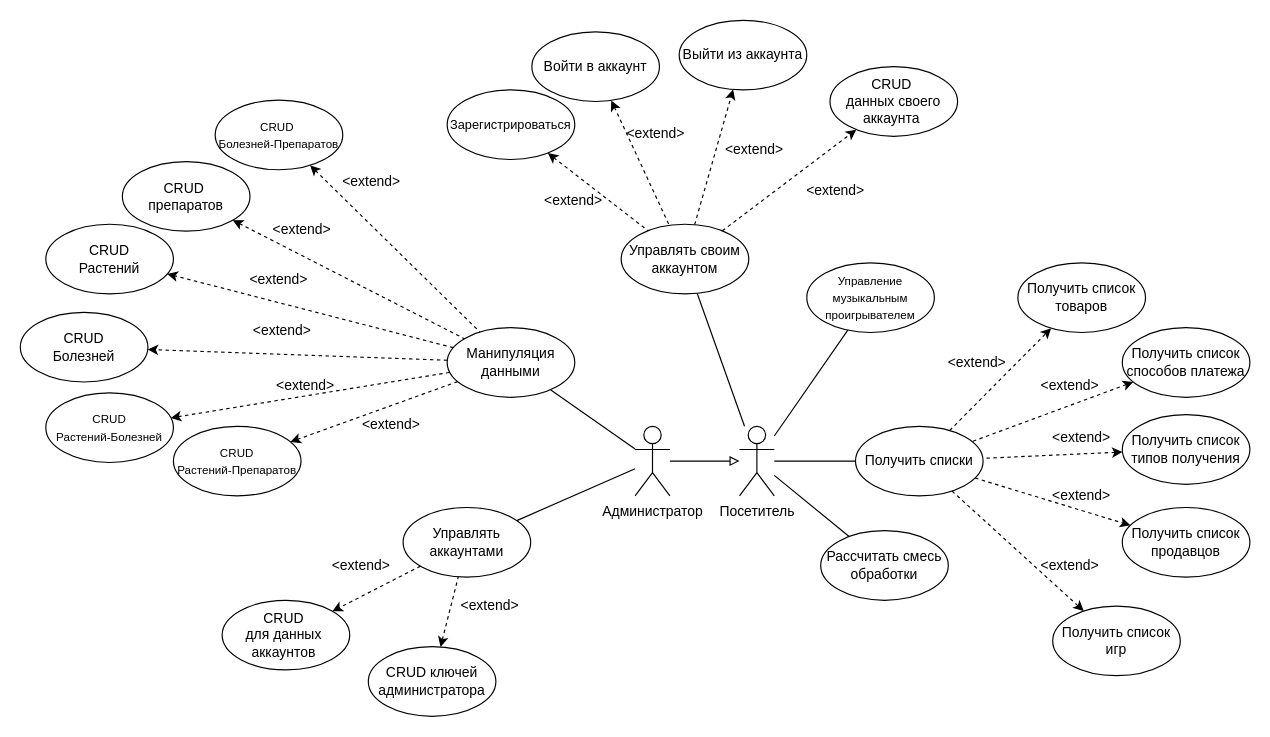
The draw.io diagram coursework/diagrams/Что ты можешь.drawio in ThomasCharester/KursuchShop, before the edit. Source tidied: cells renumbered, new cells numbered last; positions are measured from the earlier drawing's top-left corner, leaving out a move shared by most shapes. Both pictures are drawn from the tidied source at 116%, with x=0, y=0 at pixel (20, 20).
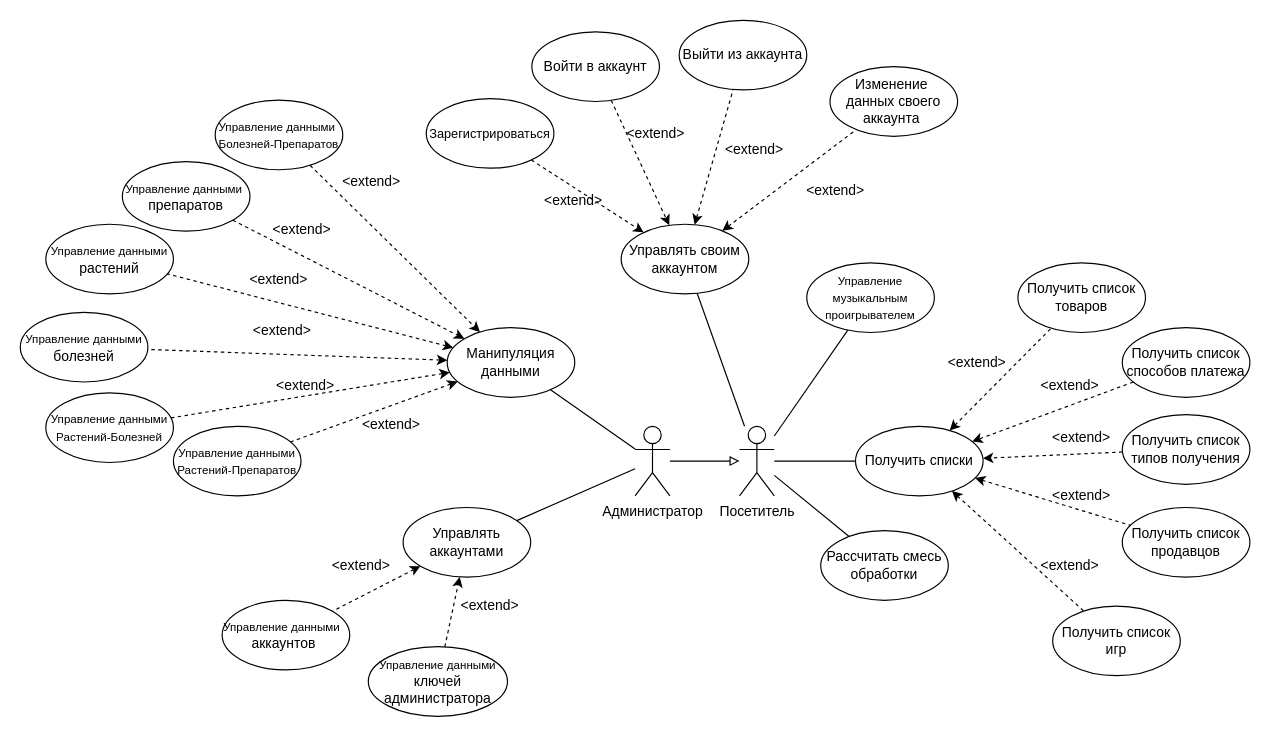
The same page after the edit.

The change refers to these unchanged cells:
```xml
<mxCell id="6" value="Получить списки" style="ellipse;whiteSpace=wrap;html=1;" parent="1" vertex="1">
  <mxGeometry x="720" y="350" width="110" height="60" as="geometry" />
</mxCell>
<mxCell id="7" value="Получить список товаров" style="ellipse;whiteSpace=wrap;html=1;" parent="1" vertex="1">
  <mxGeometry x="860" y="209.1" width="110" height="60" as="geometry" />
</mxCell>
<mxCell id="8" value="Получить список способов платежа" style="ellipse;whiteSpace=wrap;html=1;" parent="1" vertex="1">
  <mxGeometry x="950" y="265" width="110" height="60" as="geometry" />
</mxCell>
<mxCell id="9" value="Получить список типов получения" style="ellipse;whiteSpace=wrap;html=1;" parent="1" vertex="1">
  <mxGeometry x="950" y="340" width="110" height="60" as="geometry" />
</mxCell>
<mxCell id="10" value="Получить список продавцов" style="ellipse;whiteSpace=wrap;html=1;" parent="1" vertex="1">
  <mxGeometry x="950" y="420" width="110" height="60" as="geometry" />
</mxCell>
<mxCell id="11" value="Получить список игр" style="ellipse;whiteSpace=wrap;html=1;" parent="1" vertex="1">
  <mxGeometry x="890" y="505" width="110" height="60" as="geometry" />
</mxCell>
<mxCell id="22" value="Управлять своим аккаунтом" style="ellipse;whiteSpace=wrap;html=1;" parent="1" vertex="1">
  <mxGeometry x="518" y="175.8" width="110" height="60" as="geometry" />
</mxCell>
<mxCell id="24" value="Войти в аккаунт" style="ellipse;whiteSpace=wrap;html=1;" parent="1" vertex="1">
  <mxGeometry x="441" y="10" width="110" height="60" as="geometry" />
</mxCell>
<mxCell id="33" value="Выйти из аккаунта" style="ellipse;whiteSpace=wrap;html=1;" parent="1" vertex="1">
  <mxGeometry x="568" width="110" height="60" as="geometry" />
</mxCell>
<mxCell id="36" value="Управлять аккаунтами" style="ellipse;whiteSpace=wrap;html=1;" parent="1" vertex="1">
  <mxGeometry x="330" y="420" width="110" height="60" as="geometry" />
</mxCell>
<mxCell id="44" value="Манипуляция данными" style="ellipse;whiteSpace=wrap;html=1;" parent="1" vertex="1">
  <mxGeometry x="368" y="265" width="110" height="60" as="geometry" />
</mxCell>
```

Diff of the diagram source:
```diff
@@
-    <mxCell id="12" style="endArrow=classic;html=1;rounded=0;dashed=1;endFill=1;" parent="1" edge="1" source="6" target="7">
+    <mxCell id="12" style="endArrow=none;html=1;rounded=0;dashed=1;endFill=0;startArrow=classic;startFill=1;" parent="1" edge="1" source="6" target="7">
       <mxGeometry relative="1" as="geometry" />
     </mxCell>
-    <mxCell id="13" style="endArrow=none;html=1;rounded=0;dashed=1;endFill=0;startArrow=classic;startFill=1;" parent="1" edge="1" source="8" target="6">
+    <mxCell id="13" style="endArrow=classic;html=1;rounded=0;dashed=1;endFill=1;startArrow=none;startFill=0;" parent="1" edge="1" source="8" target="6">
       <mxGeometry relative="1" as="geometry" />
     </mxCell>
-    <mxCell id="14" style="endArrow=none;html=1;rounded=0;dashed=1;endFill=0;startArrow=classic;startFill=1;" parent="1" edge="1" source="9" target="6">
+    <mxCell id="14" style="endArrow=classic;html=1;rounded=0;dashed=1;endFill=1;startArrow=none;startFill=0;" parent="1" edge="1" source="9" target="6">
       <mxGeometry relative="1" as="geometry" />
     </mxCell>
-    <mxCell id="15" style="endArrow=classic;html=1;rounded=0;dashed=1;" parent="1" edge="1" source="6" target="10">
+    <mxCell id="15" style="endArrow=none;html=1;rounded=0;dashed=1;endFill=0;startArrow=classic;startFill=1;" parent="1" edge="1" source="6" target="10">
       <mxGeometry relative="1" as="geometry" />
     </mxCell>
-    <mxCell id="16" style="endArrow=classic;html=1;rounded=0;dashed=1;" parent="1" edge="1" source="6" target="11">
+    <mxCell id="16" style="endArrow=none;html=1;rounded=0;dashed=1;endFill=0;startArrow=classic;startFill=1;" parent="1" edge="1" source="6" target="11">
       <mxGeometry relative="1" as="geometry" />
     </mxCell>
@@
     <mxCell id="23" value="&lt;font style=&quot;font-size: 11px;&quot;&gt;Зарегистрироваться&lt;/font&gt;" style="ellipse;whiteSpace=wrap;html=1;" parent="1" vertex="1">
-      <mxGeometry x="368" y="60" width="110" height="60" as="geometry" />
+      <mxGeometry x="350" y="67.5" width="110" height="60" as="geometry" />
     </mxCell>
@@
-    <mxCell id="25" value="CRUD&amp;nbsp;&lt;div&gt;данных своего&lt;/div&gt;&lt;div&gt;аккаунта&amp;nbsp;&lt;/div&gt;" style="ellipse;whiteSpace=wrap;html=1;" parent="1" vertex="1">
+    <mxCell id="25" value="Изменение&amp;nbsp;&lt;div&gt;данных своего&lt;/div&gt;&lt;div&gt;аккаунта&amp;nbsp;&lt;/div&gt;" style="ellipse;whiteSpace=wrap;html=1;" parent="1" vertex="1">
       <mxGeometry x="698" y="40" width="110" height="60" as="geometry" />
     </mxCell>
-    <mxCell id="26" style="endArrow=none;html=1;rounded=0;dashed=1;endFill=0;startArrow=classic;startFill=1;" parent="1" edge="1" source="23" target="22">
+    <mxCell id="26" style="endArrow=classic;html=1;rounded=0;dashed=1;endFill=1;startArrow=none;startFill=0;" parent="1" edge="1" source="23" target="22">
       <mxGeometry relative="1" as="geometry" />
     </mxCell>
-    <mxCell id="27" style="endArrow=none;html=1;rounded=0;dashed=1;endFill=0;startArrow=classic;startFill=1;" parent="1" edge="1" source="24" target="22">
+    <mxCell id="27" style="endArrow=classic;html=1;rounded=0;dashed=1;endFill=1;startArrow=none;startFill=0;" parent="1" edge="1" source="24" target="22">
       <mxGeometry relative="1" as="geometry" />
     </mxCell>
-    <mxCell id="28" style="endArrow=classic;html=1;rounded=0;dashed=1;" parent="1" edge="1" source="22" target="25">
+    <mxCell id="28" style="endArrow=none;html=1;rounded=0;dashed=1;endFill=0;startArrow=classic;startFill=1;" parent="1" edge="1" source="22" target="25">
       <mxGeometry relative="1" as="geometry" />
     </mxCell>
@@
-    <mxCell id="34" style="endArrow=classic;html=1;rounded=0;dashed=1;" parent="1" edge="1" source="22" target="33">
+    <mxCell id="34" style="endArrow=none;html=1;rounded=0;dashed=1;endFill=0;startArrow=classic;startFill=1;" parent="1" edge="1" source="22" target="33">
       <mxGeometry relative="1" as="geometry" />
     </mxCell>
@@
-    <mxCell id="37" value="CRUD&amp;nbsp;&lt;div&gt;для данных&amp;nbsp;&lt;/div&gt;&lt;div&gt;аккаунтов&amp;nbsp;&lt;/div&gt;" style="ellipse;whiteSpace=wrap;html=1;" parent="1" vertex="1">
+    <mxCell id="37" value="&lt;span style=&quot;font-size: 10px;&quot;&gt;Управление данными&lt;/span&gt;&amp;nbsp;&lt;span style=&quot;background-color: initial;&quot;&gt;&amp;nbsp;&lt;/span&gt;&lt;div&gt;&lt;font&gt;аккаунтов&amp;nbsp;&lt;/font&gt;&lt;/div&gt;" style="ellipse;whiteSpace=wrap;html=1;" parent="1" vertex="1">
       <mxGeometry x="174" y="500" width="110" height="60" as="geometry" />
     </mxCell>
-    <mxCell id="38" value="CRUD ключей администратора" style="ellipse;whiteSpace=wrap;html=1;" parent="1" vertex="1">
-      <mxGeometry x="300" y="540" width="110" height="60" as="geometry" />
+    <mxCell id="38" value="&lt;span style=&quot;font-size: 10px;&quot;&gt;Управление данными&lt;/span&gt;&lt;div&gt;ключей администратора&lt;/div&gt;" style="ellipse;whiteSpace=wrap;html=1;" parent="1" vertex="1">
+      <mxGeometry x="300" y="540" width="120" height="60" as="geometry" />
     </mxCell>
-    <mxCell id="39" style="endArrow=classic;html=1;rounded=0;dashed=1;endFill=1;" parent="1" edge="1" source="36" target="37">
+    <mxCell id="39" style="endArrow=none;html=1;rounded=0;dashed=1;endFill=0;startArrow=classic;startFill=1;" parent="1" edge="1" source="36" target="37">
       <mxGeometry relative="1" as="geometry" />
     </mxCell>
-    <mxCell id="40" style="endArrow=none;html=1;rounded=0;dashed=1;endFill=0;startArrow=classic;startFill=1;" parent="1" edge="1" source="38" target="36">
+    <mxCell id="40" style="endArrow=classic;html=1;rounded=0;dashed=1;endFill=1;startArrow=none;startFill=0;" parent="1" edge="1" source="38" target="36">
       <mxGeometry relative="1" as="geometry" />
     </mxCell>
@@
-    <mxCell id="46" value="CRUD&lt;div&gt;Растений&lt;/div&gt;" style="ellipse;whiteSpace=wrap;html=1;" parent="1" vertex="1">
+    <mxCell id="46" value="&lt;div&gt;&lt;span style=&quot;font-size: 10px;&quot;&gt;Управление данными&lt;/span&gt;&lt;/div&gt;&lt;div&gt;растений&lt;/div&gt;" style="ellipse;whiteSpace=wrap;html=1;" parent="1" vertex="1">
       <mxGeometry x="22" y="175.8" width="110" height="60" as="geometry" />
     </mxCell>
-    <mxCell id="47" value="&lt;font style=&quot;font-size: 10px;&quot;&gt;CRUD&lt;/font&gt;&lt;div&gt;&lt;font style=&quot;font-size: 10px;&quot;&gt;Растений-Болезней&lt;/font&gt;&lt;/div&gt;" style="ellipse;whiteSpace=wrap;html=1;" parent="1" vertex="1">
+    <mxCell id="47" value="&lt;span style=&quot;font-size: 10px;&quot;&gt;Управление данными&lt;/span&gt;&lt;br&gt;&lt;div&gt;&lt;font style=&quot;font-size: 10px;&quot;&gt;Растений-Болезней&lt;/font&gt;&lt;/div&gt;" style="ellipse;whiteSpace=wrap;html=1;" parent="1" vertex="1">
       <mxGeometry x="22" y="321.2" width="110" height="60" as="geometry" />
     </mxCell>
-    <mxCell id="48" value="CRUD&amp;nbsp;&lt;div&gt;препаратов&lt;/div&gt;" style="ellipse;whiteSpace=wrap;html=1;" parent="1" vertex="1">
+    <mxCell id="48" value="&lt;span style=&quot;font-size: 10px;&quot;&gt;Управление данными&lt;/span&gt;&amp;nbsp;&lt;div&gt;препаратов&lt;/div&gt;" style="ellipse;whiteSpace=wrap;html=1;" parent="1" vertex="1">
       <mxGeometry x="88" y="121.8" width="110" height="60" as="geometry" />
     </mxCell>
-    <mxCell id="49" value="CRUD&lt;div&gt;Болезней&lt;/div&gt;" style="ellipse;whiteSpace=wrap;html=1;" parent="1" vertex="1">
+    <mxCell id="49" value="&lt;div&gt;&lt;span style=&quot;font-size: 10px;&quot;&gt;Управление данными&lt;/span&gt;&lt;/div&gt;&lt;div&gt;болезней&lt;/div&gt;" style="ellipse;whiteSpace=wrap;html=1;" parent="1" vertex="1">
       <mxGeometry y="251.8" width="110" height="60" as="geometry" />
     </mxCell>
-    <mxCell id="50" value="&lt;font style=&quot;font-size: 10px;&quot;&gt;CRUD&lt;/font&gt;&lt;div&gt;&lt;font style=&quot;font-size: 10px;&quot;&gt;Растений-Препаратов&lt;/font&gt;&lt;/div&gt;" style="ellipse;whiteSpace=wrap;html=1;" parent="1" vertex="1">
+    <mxCell id="50" value="&lt;span style=&quot;font-size: 10px;&quot;&gt;Управление данными&lt;/span&gt;&lt;br&gt;&lt;div&gt;&lt;font style=&quot;font-size: 10px;&quot;&gt;Растений-Препаратов&lt;/font&gt;&lt;/div&gt;" style="ellipse;whiteSpace=wrap;html=1;" parent="1" vertex="1">
       <mxGeometry x="132" y="350" width="110" height="60" as="geometry" />
     </mxCell>
-    <mxCell id="51" style="endArrow=classic;html=1;rounded=0;dashed=1;endFill=1;" parent="1" edge="1" source="44" target="46">
+    <mxCell id="51" style="endArrow=none;html=1;rounded=0;dashed=1;endFill=0;startArrow=classic;startFill=1;" parent="1" edge="1" source="44" target="46">
       <mxGeometry relative="1" as="geometry" />
     </mxCell>
-    <mxCell id="52" style="endArrow=none;html=1;rounded=0;dashed=1;endFill=0;startArrow=classic;startFill=1;" parent="1" edge="1" source="47" target="44">
+    <mxCell id="52" style="endArrow=classic;html=1;rounded=0;dashed=1;endFill=1;startArrow=none;startFill=0;" parent="1" edge="1" source="47" target="44">
       <mxGeometry relative="1" as="geometry" />
     </mxCell>
-    <mxCell id="53" style="endArrow=none;html=1;rounded=0;dashed=1;endFill=0;startArrow=classic;startFill=1;" parent="1" edge="1" source="48" target="44">
+    <mxCell id="53" style="endArrow=classic;html=1;rounded=0;dashed=1;endFill=1;startArrow=none;startFill=0;" parent="1" edge="1" source="48" target="44">
       <mxGeometry relative="1" as="geometry" />
     </mxCell>
-    <mxCell id="54" style="endArrow=classic;html=1;rounded=0;dashed=1;" parent="1" edge="1" source="44" target="49">
+    <mxCell id="54" style="endArrow=none;html=1;rounded=0;dashed=1;endFill=0;startArrow=classic;startFill=1;" parent="1" edge="1" source="44" target="49">
       <mxGeometry relative="1" as="geometry" />
     </mxCell>
-    <mxCell id="55" style="endArrow=classic;html=1;rounded=0;dashed=1;" parent="1" edge="1" source="44" target="50">
+    <mxCell id="55" style="endArrow=none;html=1;rounded=0;dashed=1;endFill=0;startArrow=classic;startFill=1;" parent="1" edge="1" source="44" target="50">
       <mxGeometry relative="1" as="geometry" />
     </mxCell>
@@
-    <mxCell id="63" value="&lt;font style=&quot;font-size: 10px;&quot;&gt;CRUD&amp;nbsp;&lt;/font&gt;&lt;div&gt;&lt;font style=&quot;font-size: 10px;&quot;&gt;Болезней-Препаратов&lt;/font&gt;&lt;/div&gt;" style="ellipse;whiteSpace=wrap;html=1;" parent="1" vertex="1">
+    <mxCell id="63" value="&lt;font style=&quot;font-size: 10px;&quot;&gt;Управление данными&amp;nbsp;&lt;/font&gt;&lt;div&gt;&lt;font style=&quot;font-size: 10px;&quot;&gt;Болезней-Препаратов&lt;/font&gt;&lt;/div&gt;" style="ellipse;whiteSpace=wrap;html=1;" parent="1" vertex="1">
       <mxGeometry x="168" y="68.8" width="110" height="60" as="geometry" />
     </mxCell>
-    <mxCell id="64" style="endArrow=none;html=1;rounded=0;dashed=1;endFill=0;startArrow=classic;startFill=1;" parent="1" edge="1" source="63" target="44">
+    <mxCell id="64" style="endArrow=classic;html=1;rounded=0;dashed=1;endFill=1;startArrow=none;startFill=0;" parent="1" edge="1" source="63" target="44">
       <mxGeometry relative="1" as="geometry" />
     </mxCell>
```
